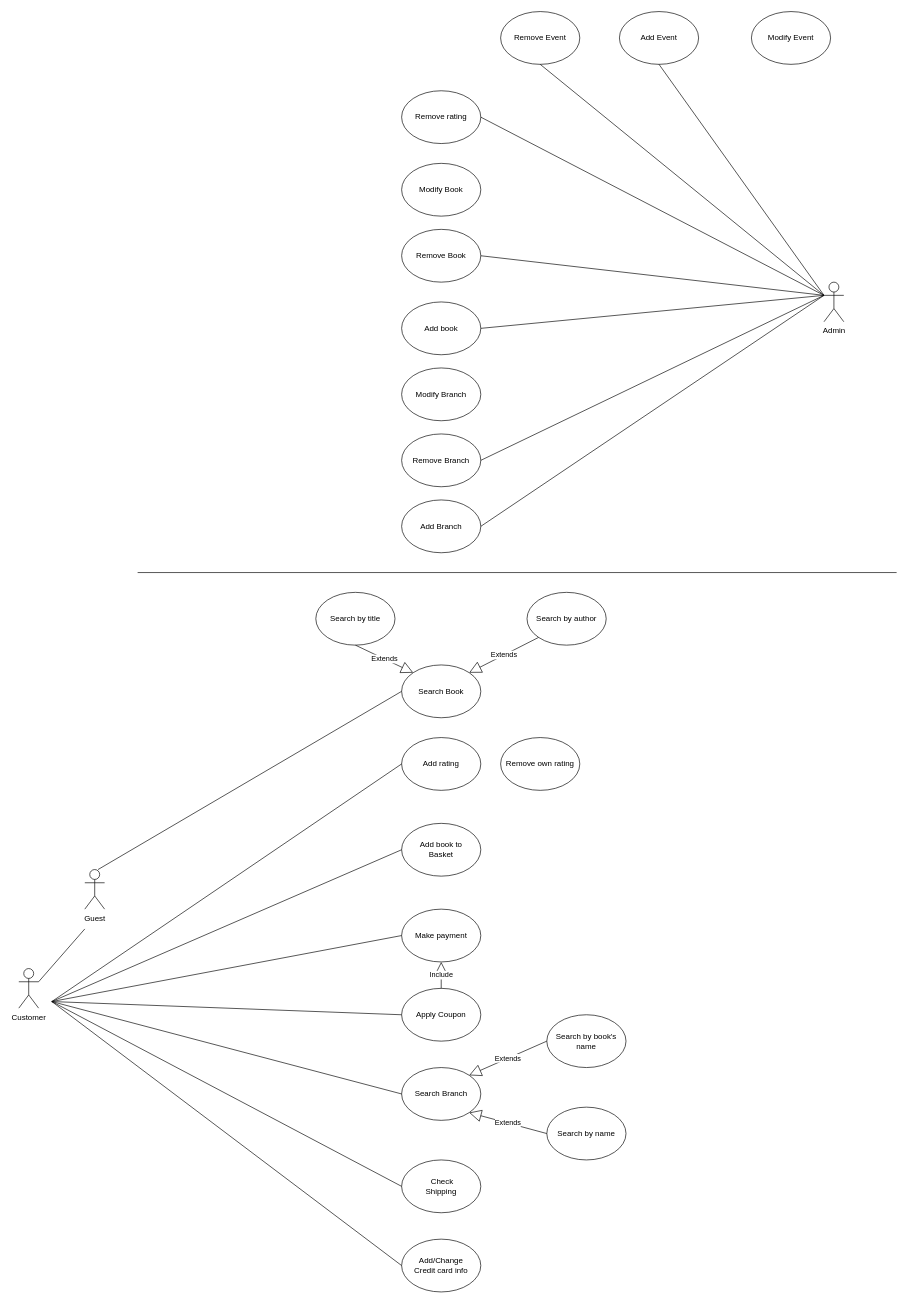
Before: Use_case_diagram.drawio in Misterpetchz/Object_Oriented_Project, a draw.io diagram. Source tidied: cells renumbered, new cells numbered last; positions are measured from the earlier drawing's top-left corner, leaving out a move shared by most shapes. Both pictures are drawn from the tidied source at 66%, with x=0, y=0 at pixel (18, 11).
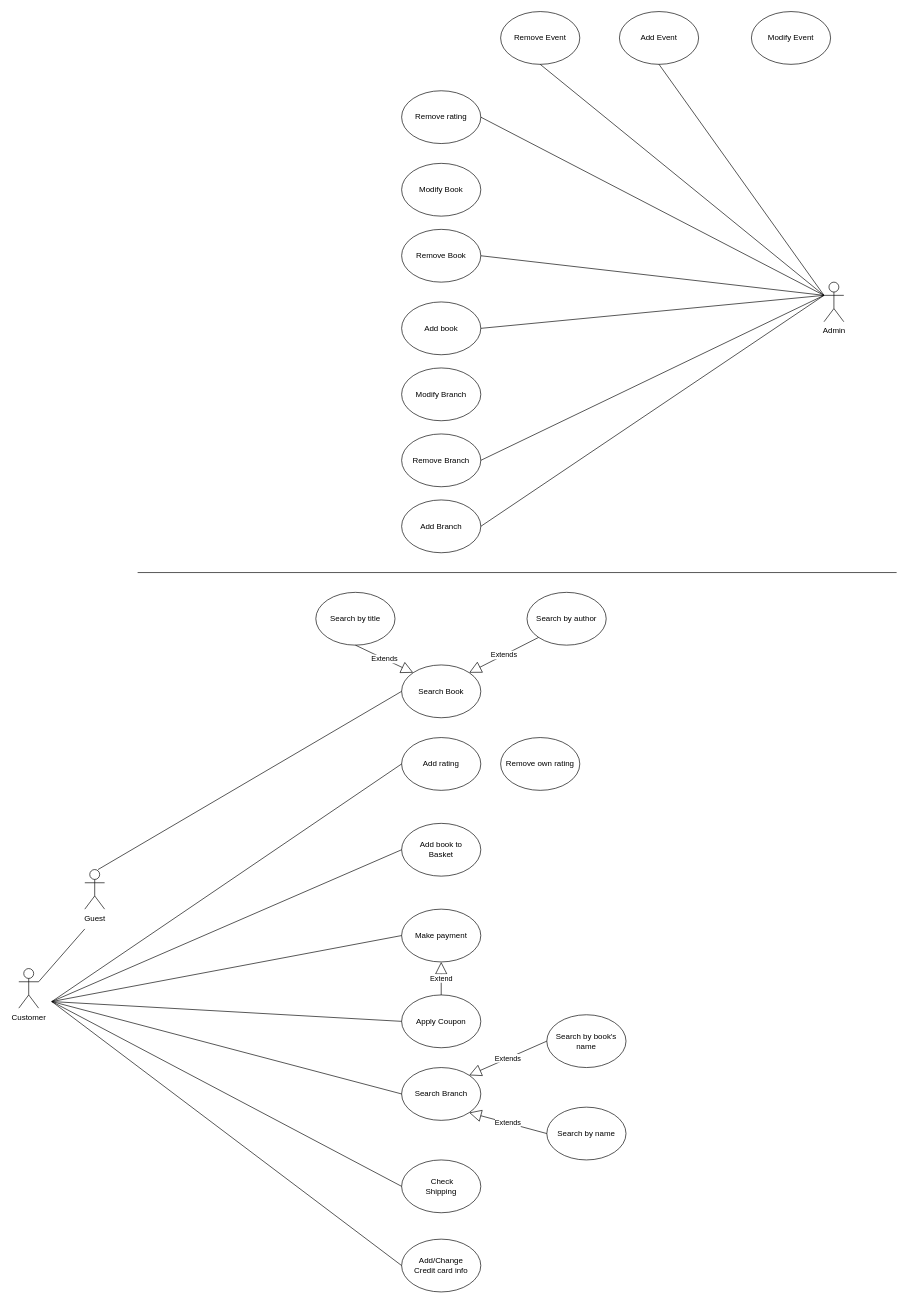
The same diagram, later.

Change to the diagram source:
```diff
@@
     <mxCell id="9" value="Apply Coupon" style="ellipse;whiteSpace=wrap;html=1;" parent="1" vertex="1">
-      <mxGeometry x="580" y="1480" width="120" height="80" as="geometry" />
+      <mxGeometry x="580" y="1490" width="120" height="80" as="geometry" />
     </mxCell>
@@
-    <mxCell id="49" value="Include" style="endArrow=block;endSize=16;endFill=0;html=1;rounded=0;entryX=1;entryY=0;entryDx=0;entryDy=0;exitX=0.5;exitY=0;exitDx=0;exitDy=0;" parent="1" edge="1" source="9">
+    <mxCell id="49" value="Extend" style="endArrow=block;endSize=16;endFill=0;html=1;rounded=0;entryX=1;entryY=0;entryDx=0;entryDy=0;exitX=0.5;exitY=0;exitDx=0;exitDy=0;" parent="1" edge="1" source="9">
       <mxGeometry relative="1" as="geometry">
         <mxPoint x="640" y="1440" as="targetPoint" />
       </mxGeometry>
     </mxCell>
```
